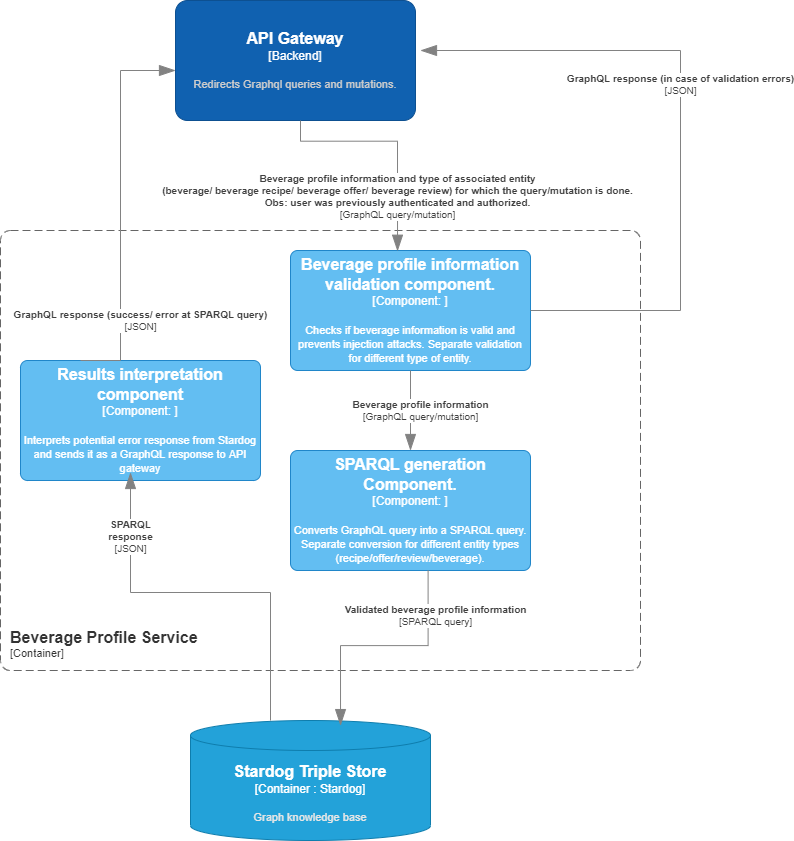
Elaech/Wade-BeM keeps this draw.io diagram as final-deliverables/diagrams/c32/c32_beverage_profile.png. Above is the earlier version. Source tidied: cells renumbered, new cells last; positions are measured from the earlier drawing's top-left corner, leaving out a move shared by most shapes.
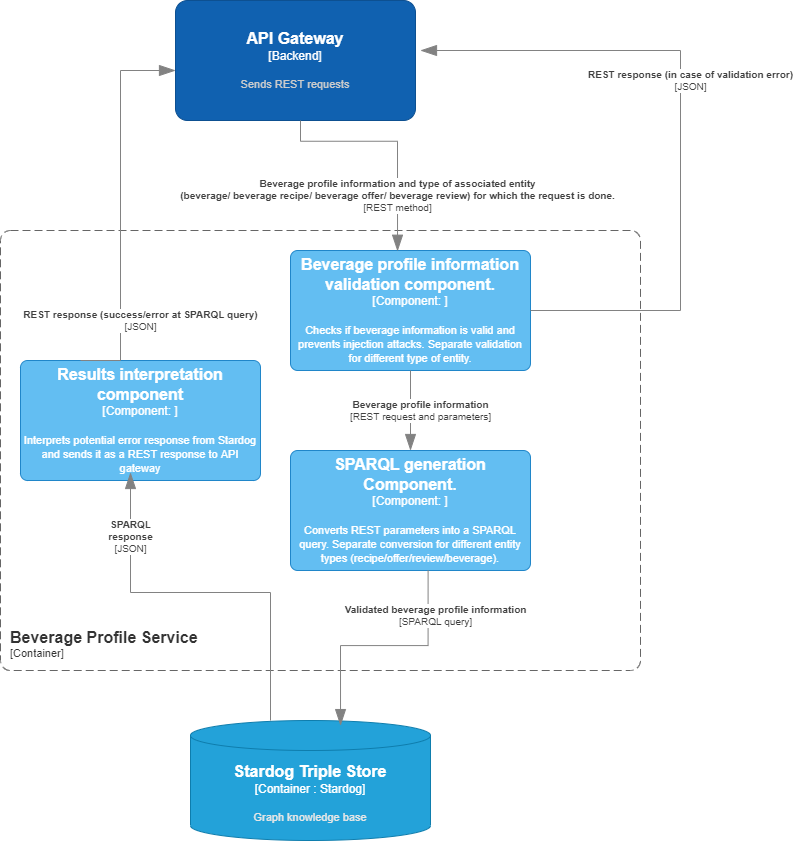
The same diagram one commit later.

Diff of the diagram source:
```diff
@@ -7,7 +7,7 @@
         <mxGeometry x="190" y="720" width="240" height="120" as="geometry" />
       </mxCell>
     </object>
-    <object id="3" label="&lt;font style=&quot;font-size: 16px&quot;&gt;&lt;b&gt;%c4Name%&lt;/b&gt;&lt;/font&gt;&lt;div&gt;[%c4Type%]&lt;/div&gt;&lt;br&gt;&lt;div&gt;&lt;font style=&quot;font-size: 11px&quot;&gt;&lt;font color=&quot;#cccccc&quot;&gt;%c4Description%&lt;/font&gt;&lt;/div&gt;" c4Description="Redirects Graphql queries and mutations." c4Name="API Gateway" c4Type="Backend" placeholders="1">
+    <object id="3" label="&lt;font style=&quot;font-size: 16px&quot;&gt;&lt;b&gt;%c4Name%&lt;/b&gt;&lt;/font&gt;&lt;div&gt;[%c4Type%]&lt;/div&gt;&lt;br&gt;&lt;div&gt;&lt;font style=&quot;font-size: 11px&quot;&gt;&lt;font color=&quot;#cccccc&quot;&gt;%c4Description%&lt;/font&gt;&lt;/div&gt;" c4Description="Sends REST requests" c4Name="API Gateway" c4Type="Backend" placeholders="1">
       <mxCell style="rounded=1;whiteSpace=wrap;html=1;labelBackgroundColor=none;fillColor=#1061B0;fontColor=#ffffff;align=center;arcSize=10;strokeColor=#0D5091;" parent="1" vertex="1">
         <mxGeometry x="175" width="240" height="120" as="geometry" />
       </mxCell>
@@ -22,7 +22,7 @@
         <mxGeometry x="290" y="250" width="240" height="120" as="geometry" />
       </mxCell>
     </object>
-    <object id="6" label="&lt;div style=&quot;text-align: left&quot;&gt;&lt;div style=&quot;text-align: center&quot;&gt;&lt;b&gt;%c4Description%&lt;/b&gt;&lt;/div&gt;&lt;div style=&quot;text-align: center&quot;&gt;[%c4Technology%]&lt;/div&gt;&lt;/div&gt;" c4Description="Beverage profile information and type of associated entity&#10;(beverage/ beverage recipe/ beverage offer/ beverage review) for which the query/mutation is done.&#10;Obs: user was previously authenticated and authorized." c4Technology="GraphQL query/mutation" c4Type="Relationship" placeholders="1">
+    <object id="6" label="&lt;div style=&quot;text-align: left&quot;&gt;&lt;div style=&quot;text-align: center&quot;&gt;&lt;b&gt;%c4Description%&lt;/b&gt;&lt;/div&gt;&lt;div style=&quot;text-align: center&quot;&gt;[%c4Technology%]&lt;/div&gt;&lt;/div&gt;" c4Description="Beverage profile information and type of associated entity&#10;(beverage/ beverage recipe/ beverage offer/ beverage review) for which the request is done." c4Technology="REST method" c4Type="Relationship" placeholders="1">
       <mxCell style="endArrow=blockThin;html=1;fontSize=10;fontColor=#404040;strokeWidth=1;endFill=1;strokeColor=#828282;elbow=vertical;endSize=14;startSize=14;jumpStyle=arc;jumpSize=16;rounded=0;edgeStyle=orthogonalEdgeStyle;exitX=0.679;exitY=0.994;exitDx=0;exitDy=0;exitPerimeter=0;entryX=0.5;entryY=0;entryDx=0;entryDy=0;entryPerimeter=0;" parent="1" edge="1">
         <mxGeometry x="0.52" relative="1" as="geometry">
           <mxPoint x="300" y="120" as="sourcePoint" />
@@ -34,12 +34,12 @@
         </mxGeometry>
       </mxCell>
     </object>
-    <object id="7" label="&lt;div style=&quot;text-align: left&quot;&gt;&lt;div style=&quot;text-align: center&quot;&gt;&lt;b&gt;%c4Description%&lt;/b&gt;&lt;/div&gt;&lt;div style=&quot;text-align: center&quot;&gt;[%c4Technology%]&lt;/div&gt;&lt;/div&gt;" c4Description="Beverage profile information" c4Technology="GraphQL query/mutation" c4Type="Relationship" placeholders="1">
+    <object id="7" label="&lt;div style=&quot;text-align: left&quot;&gt;&lt;div style=&quot;text-align: center&quot;&gt;&lt;b&gt;%c4Description%&lt;/b&gt;&lt;/div&gt;&lt;div style=&quot;text-align: center&quot;&gt;[%c4Technology%]&lt;/div&gt;&lt;/div&gt;" c4Description="Beverage profile information" c4Technology="REST request and parameters" c4Type="Relationship" placeholders="1">
       <mxCell style="endArrow=blockThin;html=1;fontSize=10;fontColor=#404040;strokeWidth=1;endFill=1;strokeColor=#828282;elbow=vertical;endSize=14;startSize=14;jumpStyle=arc;jumpSize=16;rounded=0;edgeStyle=orthogonalEdgeStyle;" parent="1" edge="1" source="5" target="8">
         <mxGeometry y="10" relative="1" as="geometry" />
       </mxCell>
     </object>
-    <object id="8" label="&lt;font style=&quot;font-size: 16px&quot;&gt;&lt;b&gt;%c4Name%&lt;/b&gt;&lt;/font&gt;&lt;div&gt;[%c4Type%: %c4Technology%]&lt;/div&gt;&lt;br&gt;&lt;div&gt;&lt;font style=&quot;font-size: 11px&quot;&gt;%c4Description%&lt;/font&gt;&lt;/div&gt;" c4Description="Converts GraphQL query into a SPARQL query. Separate conversion for different entity types (recipe/offer/review/beverage)." c4Name="SPARQL generation Component. " c4Technology="" c4Type="Component" placeholders="1">
+    <object id="8" label="&lt;font style=&quot;font-size: 16px&quot;&gt;&lt;b&gt;%c4Name%&lt;/b&gt;&lt;/font&gt;&lt;div&gt;[%c4Type%: %c4Technology%]&lt;/div&gt;&lt;br&gt;&lt;div&gt;&lt;font style=&quot;font-size: 11px&quot;&gt;%c4Description%&lt;/font&gt;&lt;/div&gt;" c4Description="Converts REST parameters into a SPARQL query. Separate conversion for different entity types (recipe/offer/review/beverage)." c4Name="SPARQL generation Component. " c4Technology="" c4Type="Component" placeholders="1">
       <mxCell style="rounded=1;whiteSpace=wrap;html=1;labelBackgroundColor=none;fillColor=#63BEF2;fontColor=#ffffff;align=center;arcSize=6;strokeColor=#2086C9;points=[[0.25,0,0],[0.5,0,0],[0.75,0,0],[1,0.25,0],[1,0.5,0],[1,0.75,0],[0.75,1,0],[0.5,1,0],[0.25,1,0],[0,0.75,0],[0,0.5,0],[0,0.25,0]];" parent="1" vertex="1">
         <mxGeometry x="290" y="450" width="240" height="120" as="geometry" />
       </mxCell>
@@ -56,7 +56,7 @@
         </mxGeometry>
       </mxCell>
     </object>
-    <object id="10" label="&lt;font style=&quot;font-size: 16px&quot;&gt;&lt;b&gt;%c4Name%&lt;/b&gt;&lt;/font&gt;&lt;div&gt;[%c4Type%: %c4Technology%]&lt;/div&gt;&lt;br&gt;&lt;div&gt;&lt;font style=&quot;font-size: 11px&quot;&gt;%c4Description%&lt;/font&gt;&lt;/div&gt;" c4Description="Interprets potential error response from Stardog and sends it as a GraphQL response to API gateway " c4Name="Results interpretation component" c4Technology="" c4Type="Component" placeholders="1">
+    <object id="10" label="&lt;font style=&quot;font-size: 16px&quot;&gt;&lt;b&gt;%c4Name%&lt;/b&gt;&lt;/font&gt;&lt;div&gt;[%c4Type%: %c4Technology%]&lt;/div&gt;&lt;br&gt;&lt;div&gt;&lt;font style=&quot;font-size: 11px&quot;&gt;%c4Description%&lt;/font&gt;&lt;/div&gt;" c4Description="Interprets potential error response from Stardog and sends it as a REST response to API gateway " c4Name="Results interpretation component" c4Technology="" c4Type="Component" placeholders="1">
       <mxCell style="rounded=1;whiteSpace=wrap;html=1;labelBackgroundColor=none;fillColor=#63BEF2;fontColor=#ffffff;align=center;arcSize=6;strokeColor=#2086C9;points=[[0.25,0,0],[0.5,0,0],[0.75,0,0],[1,0.25,0],[1,0.5,0],[1,0.75,0],[0.75,1,0],[0.5,1,0],[0.25,1,0],[0,0.75,0],[0,0.5,0],[0,0.25,0]];" parent="1" vertex="1">
         <mxGeometry x="20" y="360" width="240" height="120" as="geometry" />
       </mxCell>
@@ -72,7 +72,7 @@
         </mxGeometry>
       </mxCell>
     </object>
-    <object id="12" label="&lt;div style=&quot;text-align: left&quot;&gt;&lt;div style=&quot;text-align: center&quot;&gt;&lt;b&gt;%c4Description%&lt;/b&gt;&lt;/div&gt;&lt;div style=&quot;text-align: center&quot;&gt;[%c4Technology%]&lt;/div&gt;&lt;/div&gt;" c4Description="GraphQL response (success/ error at SPARQL query)" c4Technology="JSON" c4Type="Relationship" placeholders="1">
+    <object id="12" label="&lt;div style=&quot;text-align: left&quot;&gt;&lt;div style=&quot;text-align: center&quot;&gt;&lt;b&gt;%c4Description%&lt;/b&gt;&lt;/div&gt;&lt;div style=&quot;text-align: center&quot;&gt;[%c4Technology%]&lt;/div&gt;&lt;/div&gt;" c4Description="REST response (success/error at SPARQL query)" c4Technology="JSON" c4Type="Relationship" placeholders="1">
       <mxCell style="endArrow=blockThin;html=1;fontSize=10;fontColor=#404040;strokeWidth=1;endFill=1;strokeColor=#828282;elbow=vertical;endSize=14;startSize=14;jumpStyle=arc;jumpSize=16;rounded=0;edgeStyle=orthogonalEdgeStyle;exitX=0.25;exitY=0;exitDx=0;exitDy=0;exitPerimeter=0;" parent="1" edge="1" source="10">
         <mxGeometry x="-0.58" y="-20" relative="1" as="geometry">
           <mxPoint x="175" y="70" as="targetPoint" />
@@ -83,9 +83,9 @@
         </mxGeometry>
       </mxCell>
     </object>
-    <object id="13" label="&lt;div style=&quot;text-align: left&quot;&gt;&lt;div style=&quot;text-align: center&quot;&gt;&lt;b&gt;%c4Description%&lt;/b&gt;&lt;/div&gt;&lt;div style=&quot;text-align: center&quot;&gt;[%c4Technology%]&lt;/div&gt;&lt;/div&gt;" c4Description="GraphQL response (in case of validation errors) " c4Technology="JSON" c4Type="Relationship" placeholders="1">
+    <object id="13" label="&lt;div style=&quot;text-align: left&quot;&gt;&lt;div style=&quot;text-align: center&quot;&gt;&lt;b&gt;%c4Description%&lt;/b&gt;&lt;/div&gt;&lt;div style=&quot;text-align: center&quot;&gt;[%c4Technology%]&lt;/div&gt;&lt;/div&gt;" c4Description="REST response (in case of validation error)" c4Technology="JSON" c4Type="Relationship" placeholders="1">
       <mxCell style="endArrow=blockThin;html=1;fontSize=10;fontColor=#404040;strokeWidth=1;endFill=1;strokeColor=#828282;elbow=vertical;endSize=14;startSize=14;jumpStyle=arc;jumpSize=16;rounded=0;edgeStyle=orthogonalEdgeStyle;" parent="1" edge="1">
-        <mxGeometry x="0.12" relative="1" as="geometry">
+        <mxGeometry x="0.13" y="-10" relative="1" as="geometry">
           <mxPoint x="530" y="310" as="sourcePoint" />
           <mxPoint x="420" y="50" as="targetPoint" />
           <Array as="points">
```
